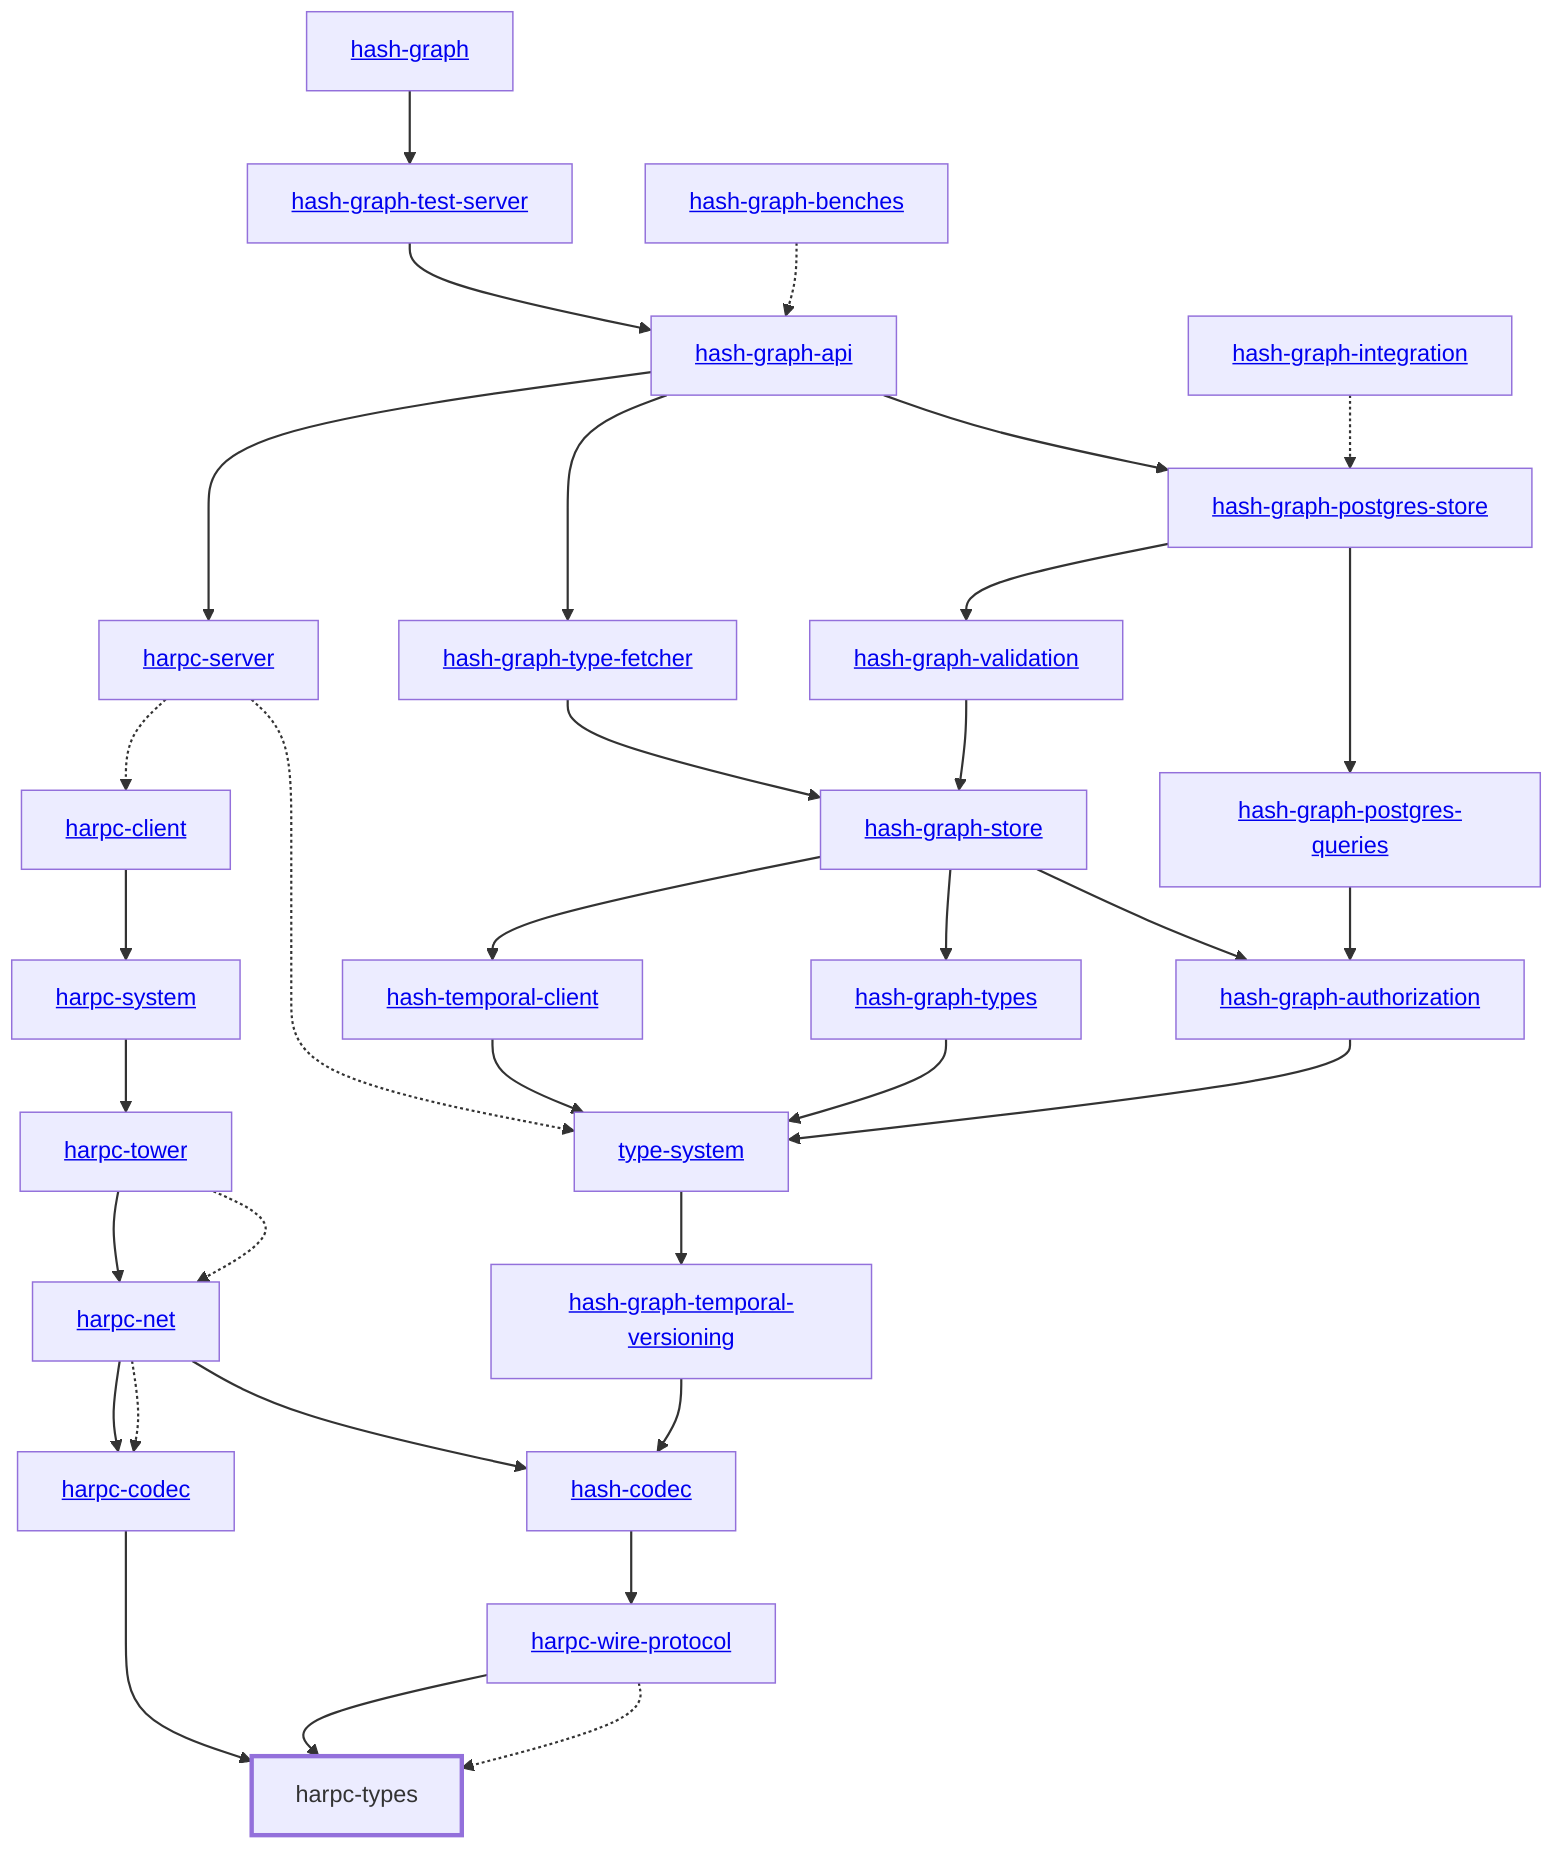
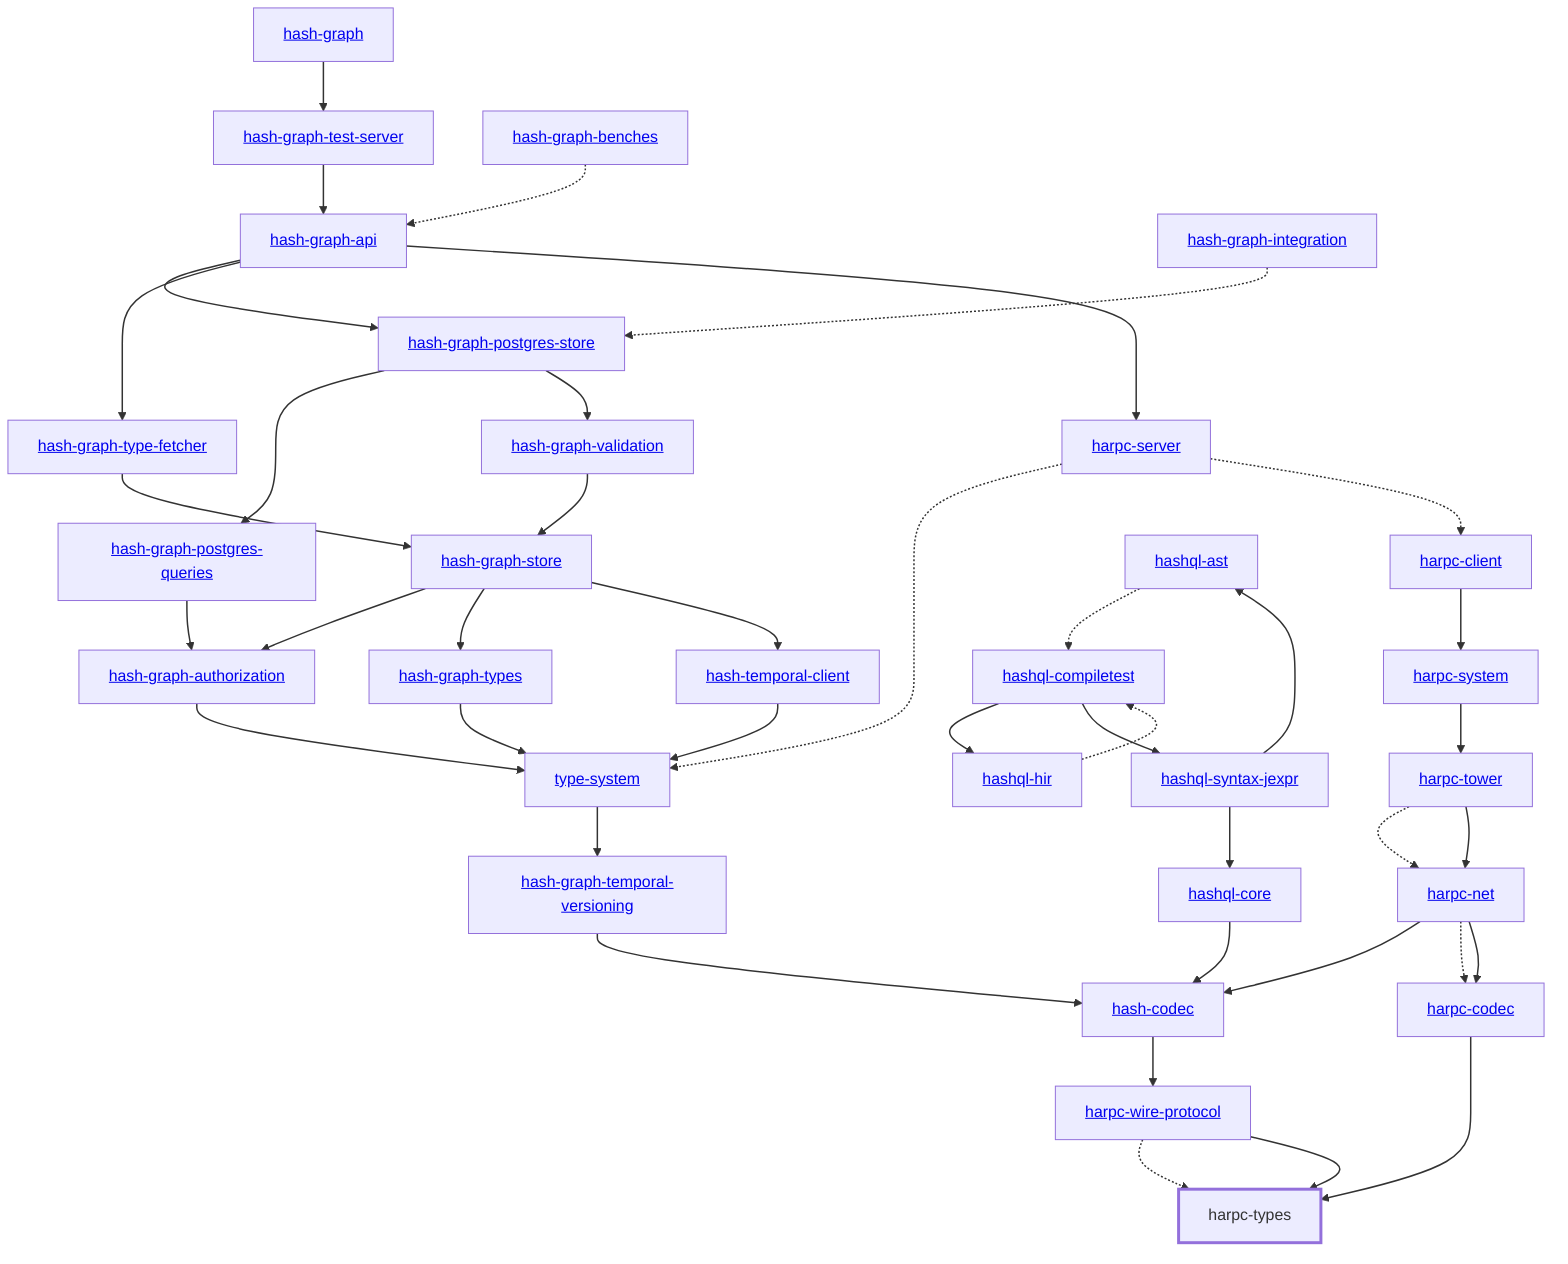
graph TD
    linkStyle default stroke-width:1.5px
    classDef default stroke-width:1px
    classDef root stroke-width:3px
    classDef dev stroke-width:1px
    classDef build stroke-width:1px
    %% Legend
    %% --> : Normal dependency
    %% -.-> : Dev dependency
    %% ---> : Build dependency
    0[<a href="../hash_graph">hash-graph</a>]
    1[<a href="../type_system">type-system</a>]
    2[<a href="../hash_codec">hash-codec</a>]
    3[<a href="../hash_graph_api">hash-graph-api</a>]
    4[<a href="../hash_graph_authorization">hash-graph-authorization</a>]
    5[<a href="../hash_graph_postgres_queries">hash-graph-postgres-queries</a>]
    6[<a href="../hash_graph_postgres_store">hash-graph-postgres-store</a>]
    7[<a href="../hash_graph_store">hash-graph-store</a>]
    8[<a href="../hash_graph_temporal_versioning">hash-graph-temporal-versioning</a>]
    9[<a href="../hash_graph_test_server">hash-graph-test-server</a>]
    10[<a href="../hash_graph_type_fetcher">hash-graph-type-fetcher</a>]
    11[<a href="../hash_graph_types">hash-graph-types</a>]
    12[<a href="../hash_graph_validation">hash-graph-validation</a>]
    13[<a href="../harpc_client">harpc-client</a>]
    14[<a href="../harpc_codec">harpc-codec</a>]
    15[<a href="../harpc_net">harpc-net</a>]
    16[<a href="../harpc_server">harpc-server</a>]
    17[<a href="../harpc_system">harpc-system</a>]
    18[<a href="../harpc_tower">harpc-tower</a>]
    19[harpc-types]
    class 19 root
    20[<a href="../harpc_wire_protocol">harpc-wire-protocol</a>]
-     21[<a href="../hash_temporal_client">hash-temporal-client</a>]
-     22[<a href="../hash_graph_benches">hash-graph-benches</a>]
-     23[<a href="../hash_graph_integration">hash-graph-integration</a>]
+     21[<a href="../hashql_ast">hashql-ast</a>]
+     22[<a href="../hashql_compiletest">hashql-compiletest</a>]
+     23[<a href="../hashql_core">hashql-core</a>]
+     24[<a href="../hashql_hir">hashql-hir</a>]
+     25[<a href="../hashql_syntax_jexpr">hashql-syntax-jexpr</a>]
+     26[<a href="../hash_temporal_client">hash-temporal-client</a>]
+     27[<a href="../hash_graph_benches">hash-graph-benches</a>]
+     28[<a href="../hash_graph_integration">hash-graph-integration</a>]
    0 --> 9
    1 --> 8
    2 --> 20
    3 --> 6
    3 --> 10
    3 --> 16
    4 --> 1
    5 --> 4
    6 --> 5
    6 --> 12
    7 --> 4
    7 --> 11
-     7 --> 21
+     7 --> 26
    8 --> 2
    9 --> 3
    10 --> 7
    11 --> 1
    12 --> 7
    13 --> 17
    14 --> 19
    15 --> 2
    15 -.-> 14
    15 --> 14
    16 -.-> 1
    16 -.-> 13
    17 --> 18
    18 -.-> 15
    18 --> 15
    20 -.-> 19
    20 --> 19
-     21 --> 1
-     22 -.-> 3
-     23 -.-> 6
+     21 -.-> 22
+     22 --> 24
+     22 --> 25
+     23 --> 2
+     24 -.-> 22
+     25 --> 21
+     25 --> 23
+     26 --> 1
+     27 -.-> 3
+     28 -.-> 6
